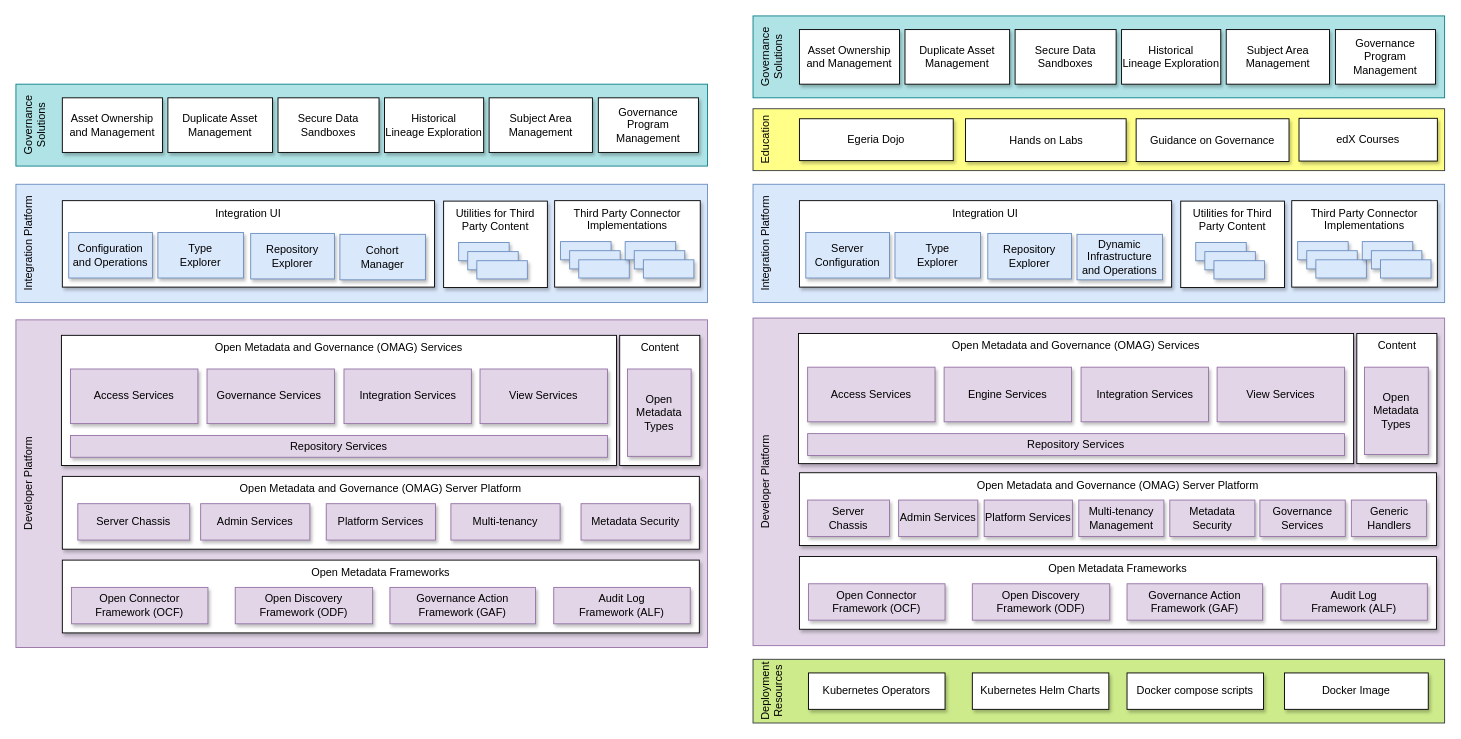
This is page "functional-organization" (4 of 15) of open-metadata-publication/website/roadmap/egeria-status.drawio from odpi/egeria, a draw.io file, before an edit. Source tidied: cells renumbered, new cells numbered last; positions are measured from the earlier drawing's top-left corner, leaving out a move shared by most shapes. Both pictures are drawn from the tidied source at 91%, with x=0, y=0 at pixel (15, 15).
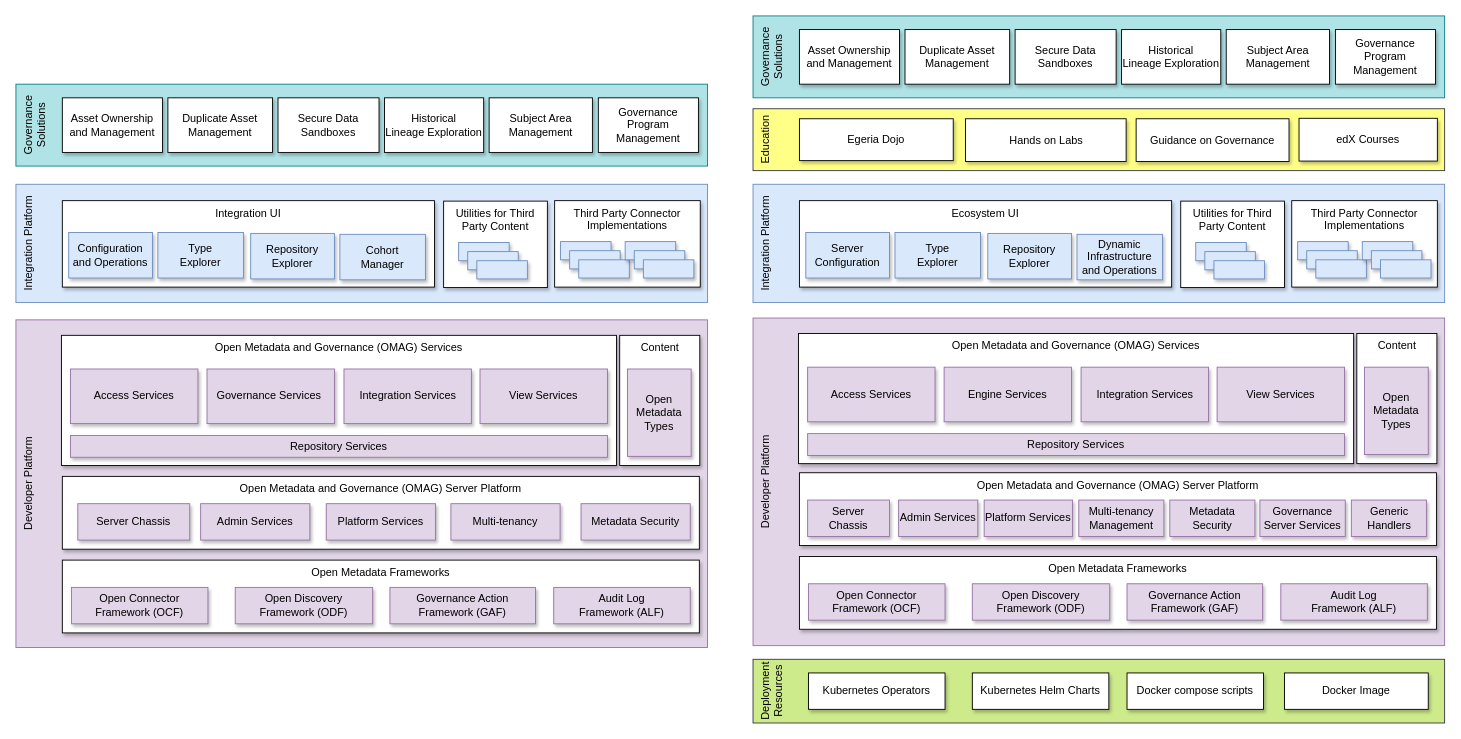
The same page after the edit.

Diff of the diagram source:
```diff
@@
-    <mxCell id="69" value="Integration UI" style="rounded=0;whiteSpace=wrap;html=1;align=center;verticalAlign=top;shadow=1;" parent="1" vertex="1">
+    <mxCell id="69" value="Ecosystem UI" style="rounded=0;whiteSpace=wrap;html=1;align=center;verticalAlign=top;shadow=1;" parent="1" vertex="1">
       <mxGeometry x="861" y="203" width="409" height="95" as="geometry" />
     </mxCell>
@@
-    <mxCell id="102" value="Governance Services" style="rounded=0;whiteSpace=wrap;html=1;align=center;shadow=1;fillColor=#e1d5e7;strokeColor=#9673a6;" parent="1" vertex="1">
+    <mxCell id="102" value="Governance Server Services" style="rounded=0;whiteSpace=wrap;html=1;align=center;shadow=1;fillColor=#e1d5e7;strokeColor=#9673a6;" parent="1" vertex="1">
       <mxGeometry x="1367" y="532" width="93.8" height="40" as="geometry" />
     </mxCell>
```
